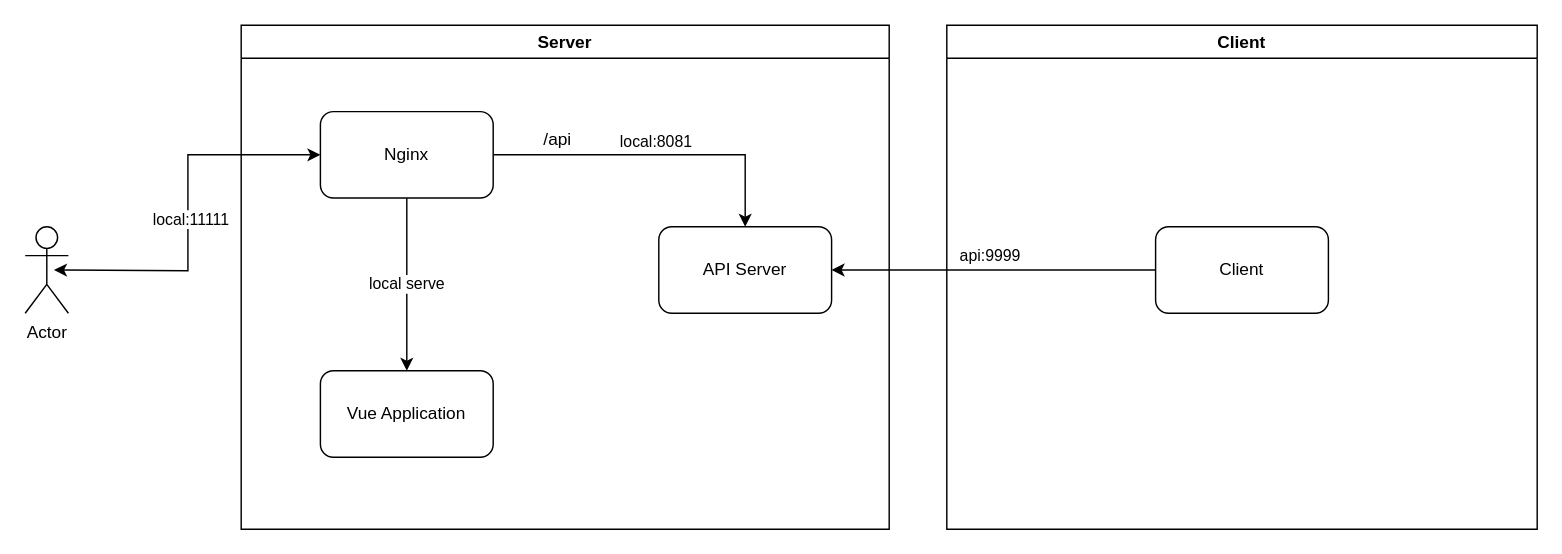
TheDarkTrumpet/docker-tcp-with-go keeps this draw.io diagram as page "server_client" (3 of 4) of docs/Demo Diagram.drawio. Above is the earlier version. Source tidied: cells renumbered, new cells numbered last; positions are measured from the earlier drawing's top-left corner, leaving out a move shared by most shapes. Both pictures are drawn from the tidied source at 144%, with x=0, y=0 at pixel (24, 24).
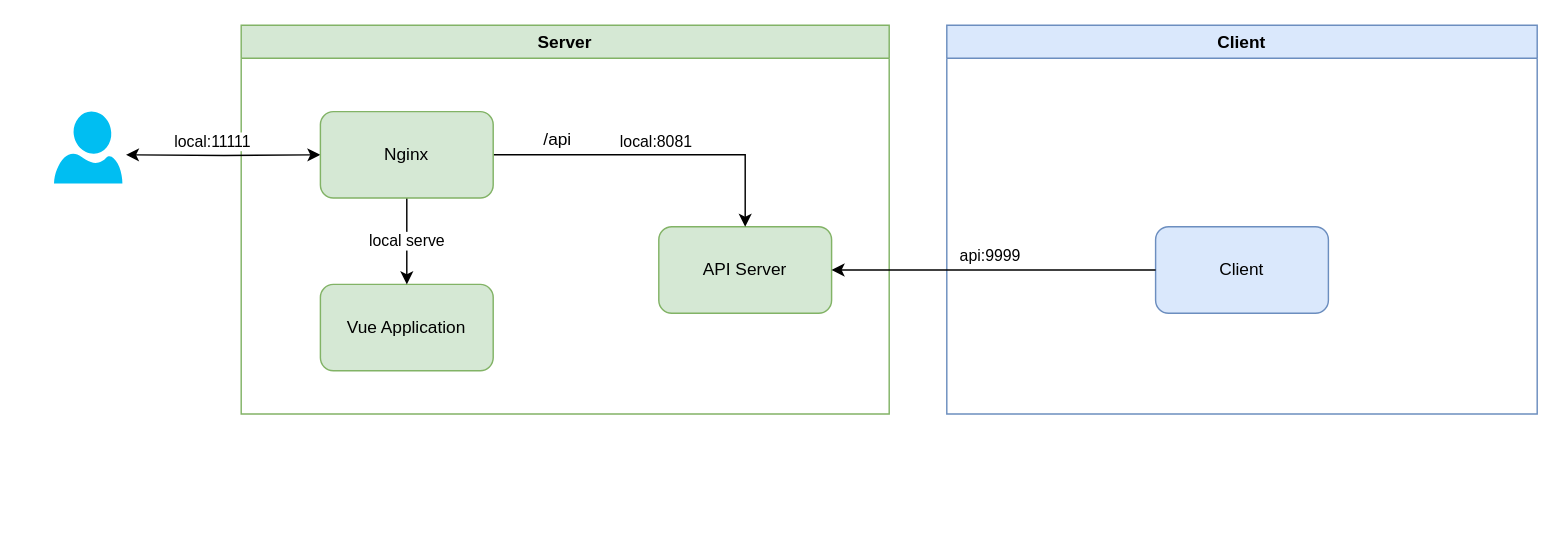
The same page after the edit.

Change to the diagram source:
```diff
@@
 <mxGraphModel>
   <root>
     <mxCell id="0" />
     <mxCell id="1" parent="0" />
-    <mxCell id="2" value="Server" style="swimlane;" parent="1" vertex="1">
-      <mxGeometry x="150" width="450" height="350" as="geometry" />
+    <mxCell id="2" value="Server" style="swimlane;fillColor=#d5e8d4;strokeColor=#82b366;" parent="1" vertex="1">
+      <mxGeometry x="150" width="450" height="270" as="geometry" />
     </mxCell>
-    <mxCell id="3" value="Vue Application" style="rounded=1;whiteSpace=wrap;html=1;" parent="2" vertex="1">
-      <mxGeometry x="55" y="240" width="120" height="60" as="geometry" />
+    <mxCell id="3" value="Vue Application" style="rounded=1;whiteSpace=wrap;html=1;fillColor=#d5e8d4;strokeColor=#82b366;" parent="2" vertex="1">
+      <mxGeometry x="55" y="180" width="120" height="60" as="geometry" />
     </mxCell>
-    <mxCell id="4" value="API Server" style="rounded=1;whiteSpace=wrap;html=1;" parent="2" vertex="1">
+    <mxCell id="4" value="API Server" style="rounded=1;whiteSpace=wrap;html=1;fillColor=#d5e8d4;strokeColor=#82b366;" parent="2" vertex="1">
       <mxGeometry x="290" y="140" width="120" height="60" as="geometry" />
     </mxCell>
     <mxCell id="5" style="edgeStyle=orthogonalEdgeStyle;rounded=0;jettySize=auto;html=1;startArrow=classic;startFill=1;endArrow=classic;endFill=1;entryX=0;entryY=0.5;entryDx=0;entryDy=0;" parent="2" edge="1" target="10">
       <mxGeometry relative="1" as="geometry">
-        <mxPoint x="-130" y="170" as="sourcePoint" />
+        <mxPoint x="-80" y="90" as="sourcePoint" />
       </mxGeometry>
     </mxCell>
     <mxCell id="6" value="local:11111" style="edgeLabel;html=1;align=center;verticalAlign=middle;" parent="5" vertex="1">
       <mxGeometry x="-0.11" y="-1" relative="1" as="geometry">
         <mxPoint y="-11" as="offset" />
       </mxGeometry>
     </mxCell>
     <mxCell id="7" style="edgeStyle=orthogonalEdgeStyle;rounded=0;jettySize=auto;html=1;startArrow=none;startFill=0;endArrow=classic;endFill=1;exitX=1;exitY=0.5;exitDx=0;exitDy=0;" parent="2" edge="1" source="10" target="4">
       <mxGeometry relative="1" as="geometry" />
     </mxCell>
     <mxCell id="8" value="local:8081" style="edgeLabel;html=1;align=center;verticalAlign=middle;" parent="7" vertex="1">
       <mxGeometry x="0.23" y="-3" relative="1" as="geometry">
         <mxPoint x="-26" y="-13" as="offset" />
       </mxGeometry>
     </mxCell>
     <mxCell id="9" value="local serve" style="edgeStyle=orthogonalEdgeStyle;rounded=0;jettySize=auto;html=1;startArrow=none;startFill=0;endArrow=classic;endFill=1;" parent="2" edge="1" source="10" target="3">
       <mxGeometry relative="1" as="geometry" />
     </mxCell>
-    <mxCell id="10" value="Nginx" style="rounded=1;whiteSpace=wrap;html=1;" parent="2" vertex="1">
+    <mxCell id="10" value="Nginx" style="rounded=1;whiteSpace=wrap;html=1;fillColor=#d5e8d4;strokeColor=#82b366;" parent="2" vertex="1">
       <mxGeometry x="55" y="60" width="120" height="60" as="geometry" />
     </mxCell>
     <mxCell id="11" value="/api" style="text;html=1;strokeColor=none;fillColor=none;align=center;verticalAlign=middle;whiteSpace=wrap;rounded=0;" parent="2" vertex="1">
       <mxGeometry x="200" y="70" width="40" height="20" as="geometry" />
     </mxCell>
-    <mxCell id="12" value="Client" style="swimlane;" parent="1" vertex="1">
-      <mxGeometry x="640" width="410" height="350" as="geometry" />
+    <mxCell id="12" value="Client" style="swimlane;fillColor=#dae8fc;strokeColor=#6c8ebf;" parent="1" vertex="1">
+      <mxGeometry x="640" width="410" height="270" as="geometry" />
     </mxCell>
-    <mxCell id="13" value="Client" style="rounded=1;whiteSpace=wrap;html=1;" parent="12" vertex="1">
+    <mxCell id="13" value="Client" style="rounded=1;whiteSpace=wrap;html=1;fillColor=#dae8fc;strokeColor=#6c8ebf;" parent="12" vertex="1">
       <mxGeometry x="145" y="140" width="120" height="60" as="geometry" />
     </mxCell>
-    <mxCell id="14" value="Actor" style="shape=umlActor;verticalLabelPosition=bottom;verticalAlign=top;html=1;" parent="1" vertex="1">
-      <mxGeometry y="140" width="30" height="60" as="geometry" />
-    </mxCell>
     <mxCell id="15" value="api:9999" style="edgeStyle=orthogonalEdgeStyle;rounded=0;jettySize=auto;html=1;startArrow=none;startFill=0;endArrow=classic;endFill=1;" parent="1" edge="1" source="13" target="4">
       <mxGeometry x="0.02" y="-10" relative="1" as="geometry" />
     </mxCell>
+    <mxCell id="16" style="verticalLabelPosition=bottom;html=1;verticalAlign=top;align=center;strokeColor=none;fillColor=#00BEF2;shape=mxgraph.azure.user;" parent="1" vertex="1">
+      <mxGeometry x="20" y="60" width="47.5" height="50" as="geometry" />
+    </mxCell>
   </root>
 </mxGraphModel>
```
